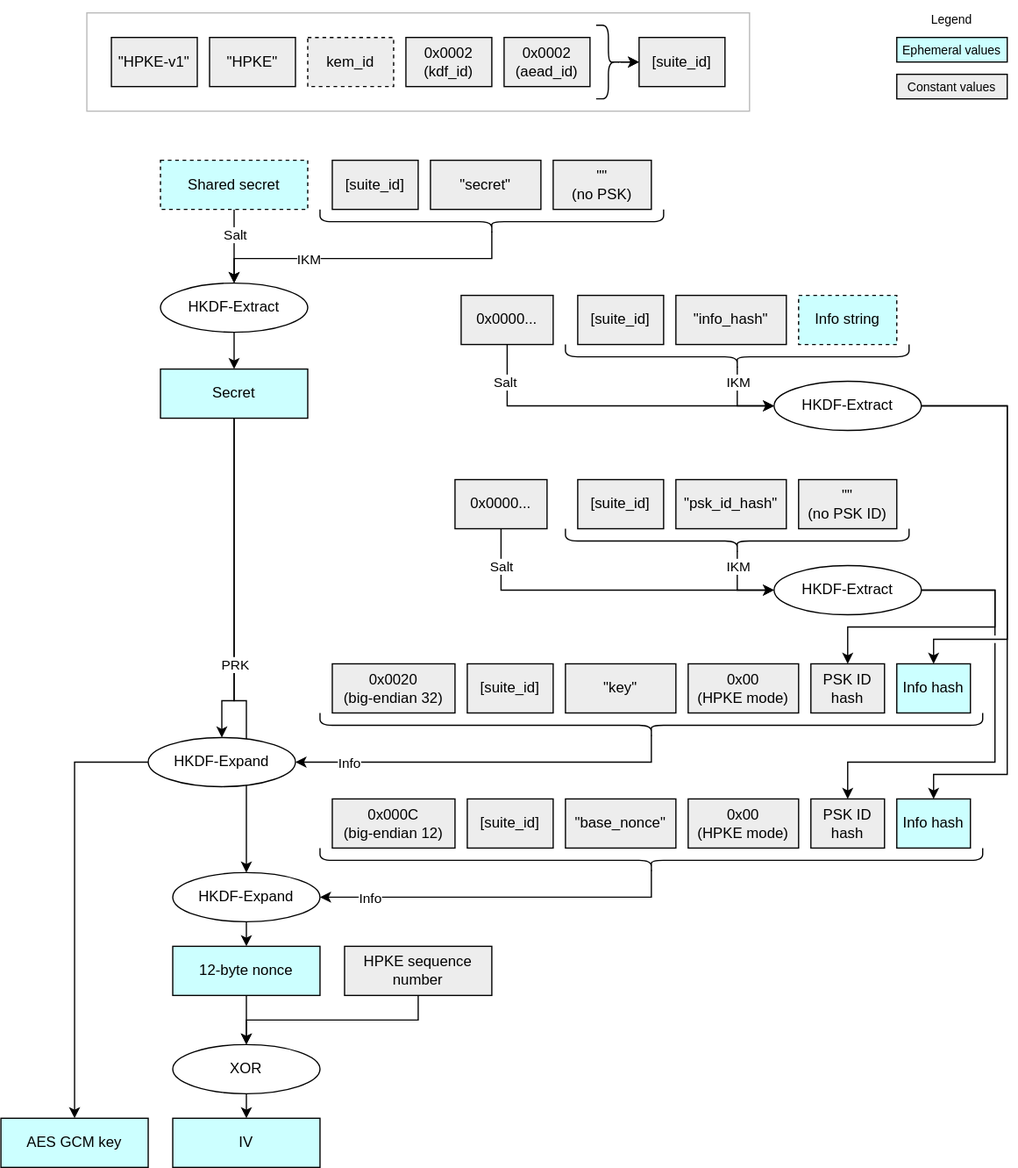
Earlier version of the draw.io export doc/ocp_lock/diagrams/hpke_key_derivation.drawio.svg (chipsalliance/Caliptra). Source tidied: cells renumbered, new cells last; positions are measured from the earlier drawing's top-left corner, leaving out a move shared by most shapes.
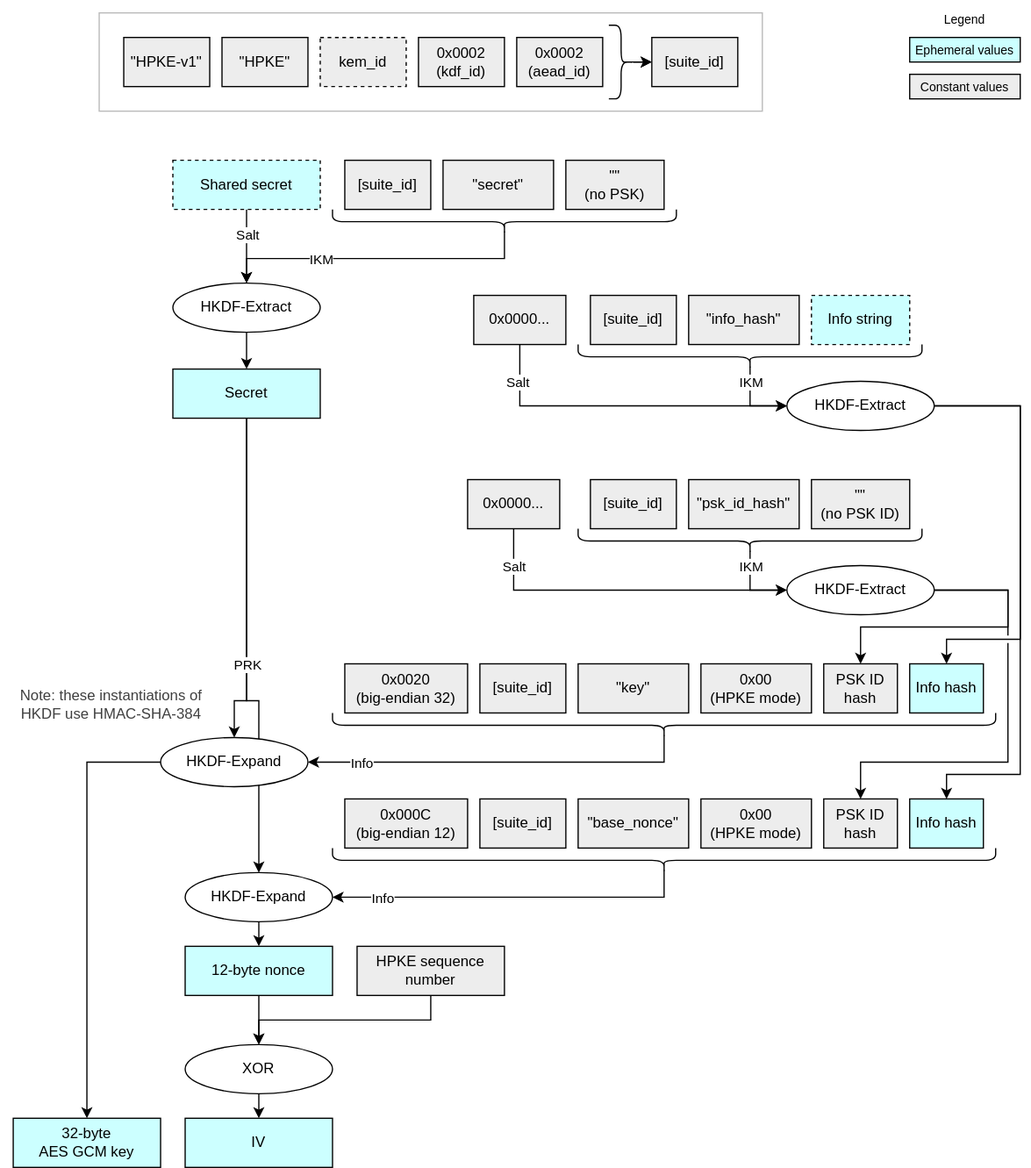
The same diagram one commit later.

Change to the diagram source:
```diff
@@ -326,8 +326,11 @@
     <mxCell id="82" style="shape=curlyBracket;whiteSpace=wrap;html=1;rounded=1;labelPosition=left;verticalLabelPosition=middle;align=right;verticalAlign=middle;rotation=-90;" parent="1" vertex="1">
       <mxGeometry x="590" y="150" width="20" height="280" as="geometry" />
     </mxCell>
-    <mxCell id="83" value="&lt;div&gt;&lt;span style=&quot;background-color: transparent;&quot;&gt;AES GCM key&lt;/span&gt;&lt;/div&gt;" style="rounded=0;whiteSpace=wrap;html=1;align=center;verticalAlign=middle;shadow=0;glass=0;spacingLeft=0;spacingBottom=0;spacingTop=0;fillColor=#CCFFFF;" parent="1" vertex="1">
+    <mxCell id="83" value="&lt;div&gt;&lt;span style=&quot;background-color: transparent;&quot;&gt;32-byte&lt;/span&gt;&lt;/div&gt;&lt;div&gt;&lt;span style=&quot;background-color: transparent;&quot;&gt;AES GCM key&lt;/span&gt;&lt;/div&gt;" style="rounded=0;whiteSpace=wrap;html=1;align=center;verticalAlign=middle;shadow=0;glass=0;spacingLeft=0;spacingBottom=0;spacingTop=0;fillColor=#CCFFFF;" parent="1" vertex="1">
       <mxGeometry y="910" width="120" height="40" as="geometry" />
     </mxCell>
+    <mxCell id="84" value="&lt;div style=&quot;color: rgb(63, 63, 63);&quot;&gt;Note: these instantiations of HKDF use HMAC-SHA-384&lt;/div&gt;" style="text;strokeColor=none;align=center;fillColor=none;html=1;verticalAlign=middle;whiteSpace=wrap;rounded=0;" parent="1" vertex="1">
+      <mxGeometry x="-10" y="550" width="180" height="45" as="geometry" />
+    </mxCell>
   </root>
 </mxGraphModel>
```
